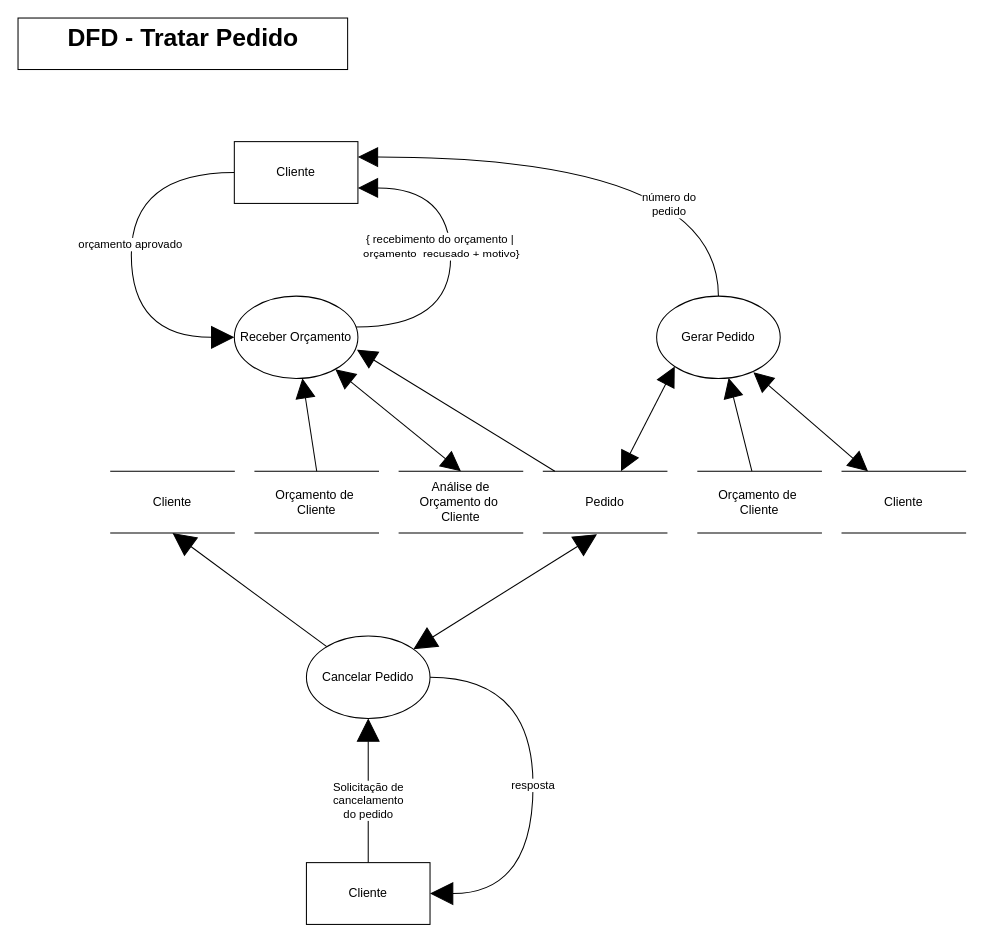
The draw.io diagram Documentation/Arquivos Editaveis/DFD Tratar Pedido.drawio in Systematicos/FindingApp, before the edit. Source tidied: cells renumbered, new cells numbered last; positions are measured from the earlier drawing's top-left corner, leaving out a move shared by most shapes. Both pictures are drawn from the tidied source at 103%, with x=0, y=0 at pixel (18, 18).
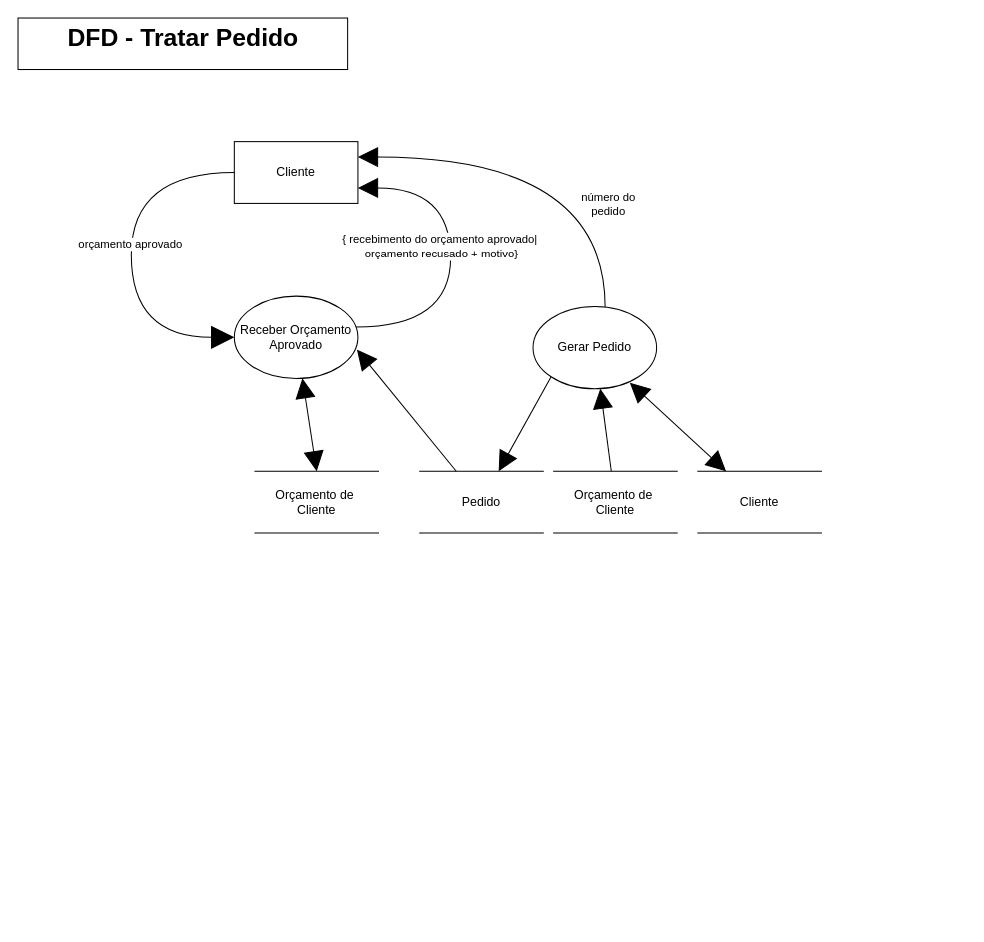
The same diagram, later.

Unchanged cells that the change refers to:
```xml
<mxCell id="4" value="Cliente" style="rounded=0;whiteSpace=wrap;html=1;" parent="1" vertex="1">
  <mxGeometry x="210" y="120" width="120" height="60" as="geometry" />
</mxCell>
<mxCell id="6" value="Orçamento de&amp;nbsp;&lt;br&gt;Cliente" style="shape=partialRectangle;whiteSpace=wrap;html=1;left=0;right=0;fillColor=none;" parent="1" vertex="1">
  <mxGeometry x="230" y="440" width="120" height="60" as="geometry" />
</mxCell>
<mxCell id="8" style="edgeStyle=orthogonalEdgeStyle;rounded=0;jettySize=auto;html=1;entryX=1;entryY=0.75;entryDx=0;entryDy=0;startArrow=none;startFill=0;startSize=17;endArrow=block;endFill=1;endSize=17;curved=1;" parent="1" edge="1" source="11" target="4">
  <mxGeometry relative="1" as="geometry">
    <Array as="points">
      <mxPoint x="420" y="300" />
      <mxPoint x="420" y="165" />
    </Array>
  </mxGeometry>
</mxCell>
```

The edit, as a diff of the source:
```diff
@@
-    <mxCell id="5" value="Cliente" style="shape=partialRectangle;whiteSpace=wrap;html=1;left=0;right=0;fillColor=none;" parent="1" vertex="1">
-      <mxGeometry x="90" y="440" width="120" height="60" as="geometry" />
-    </mxCell>
@@
-    <mxCell id="7" style="edgeStyle=none;rounded=0;jettySize=auto;html=1;entryX=0.5;entryY=0;entryDx=0;entryDy=0;startArrow=block;startFill=1;startSize=17;endArrow=none;endFill=0;endSize=17;" parent="1" edge="1" source="11" target="6">
+    <mxCell id="7" style="edgeStyle=none;rounded=0;jettySize=auto;html=1;entryX=0.5;entryY=0;entryDx=0;entryDy=0;startArrow=block;startFill=1;startSize=17;endArrow=block;endFill=1;endSize=17;" parent="1" edge="1" source="11" target="6">
       <mxGeometry relative="1" as="geometry" />
     </mxCell>
@@
-    <mxCell id="9" value="{ recebimento do orçamento |&amp;nbsp;&lt;br&gt;&amp;nbsp;orçamento&amp;nbsp; recusado + motivo}&amp;nbsp;" style="edgeLabel;html=1;align=center;verticalAlign=middle;" parent="8" vertex="1">
+    <mxCell id="9" value="{ recebimento do orçamento aprovado|&amp;nbsp;&lt;br&gt;&amp;nbsp;orçamento recusado + motivo}&amp;nbsp;" style="edgeLabel;html=1;align=center;verticalAlign=middle;" parent="8" vertex="1">
       <mxGeometry x="-0.4" y="27" relative="1" as="geometry">
         <mxPoint x="17" y="-75.9" as="offset" />
       </mxGeometry>
     </mxCell>
-    <mxCell id="10" style="rounded=0;jettySize=auto;html=1;entryX=0.5;entryY=0;entryDx=0;entryDy=0;startArrow=block;startFill=1;startSize=17;endArrow=block;endFill=1;endSize=17;" parent="1" edge="1" source="11" target="12">
-      <mxGeometry relative="1" as="geometry" />
-    </mxCell>
-    <mxCell id="11" value="Receber Orçamento" style="ellipse;whiteSpace=wrap;html=1;" parent="1" vertex="1">
+    <mxCell id="11" value="Receber Orçamento&lt;br&gt;Aprovado" style="ellipse;whiteSpace=wrap;html=1;" parent="1" vertex="1">
       <mxGeometry x="210" y="270" width="120" height="80" as="geometry" />
     </mxCell>
-    <mxCell id="12" value="Análise de&lt;br&gt;Orçamento do&amp;nbsp;&lt;br&gt;Cliente" style="shape=partialRectangle;whiteSpace=wrap;html=1;left=0;right=0;fillColor=none;" parent="1" vertex="1">
-      <mxGeometry x="370" y="440" width="120" height="60" as="geometry" />
-    </mxCell>
     <mxCell id="13" style="edgeStyle=orthogonalEdgeStyle;rounded=0;jettySize=auto;html=1;entryX=1;entryY=0.25;entryDx=0;entryDy=0;startArrow=none;startFill=0;startSize=17;endArrow=block;endFill=1;endSize=17;curved=1;" parent="1" edge="1" source="15" target="4">
       <mxGeometry relative="1" as="geometry">
         <Array as="points">
-          <mxPoint x="680" y="135" />
+          <mxPoint x="570" y="135" />
         </Array>
       </mxGeometry>
     </mxCell>
@@
     <mxCell id="15" value="Gerar Pedido&lt;br&gt;" style="ellipse;whiteSpace=wrap;html=1;" parent="1" vertex="1">
-      <mxGeometry x="620" y="270" width="120" height="80" as="geometry" />
+      <mxGeometry x="500" y="280" width="120" height="80" as="geometry" />
     </mxCell>
@@
     <mxCell id="17" value="Orçamento de&amp;nbsp;&lt;br&gt;Cliente" style="shape=partialRectangle;whiteSpace=wrap;html=1;left=0;right=0;fillColor=none;" parent="1" vertex="1">
-      <mxGeometry x="660" y="440" width="120" height="60" as="geometry" />
+      <mxGeometry x="520" y="440" width="120" height="60" as="geometry" />
     </mxCell>
@@
     <mxCell id="19" value="Cliente" style="shape=partialRectangle;whiteSpace=wrap;html=1;left=0;right=0;fillColor=none;" parent="1" vertex="1">
-      <mxGeometry x="800" y="440" width="120" height="60" as="geometry" />
+      <mxGeometry x="660" y="440" width="120" height="60" as="geometry" />
     </mxCell>
-    <mxCell id="20" style="rounded=0;jettySize=auto;html=1;entryX=0;entryY=1;entryDx=0;entryDy=0;startArrow=block;startFill=1;startSize=17;endArrow=block;endFill=1;endSize=17;" parent="1" edge="1" source="22" target="15">
+    <mxCell id="20" style="rounded=0;jettySize=auto;html=1;entryX=0;entryY=1;entryDx=0;entryDy=0;startArrow=block;startFill=1;startSize=17;endArrow=none;endFill=0;endSize=17;" parent="1" edge="1" source="22" target="15">
       <mxGeometry relative="1" as="geometry" />
     </mxCell>
@@
     <mxCell id="22" value="Pedido" style="shape=partialRectangle;whiteSpace=wrap;html=1;left=0;right=0;fillColor=none;" parent="1" vertex="1">
-      <mxGeometry x="510" y="440" width="120" height="60" as="geometry" />
+      <mxGeometry x="390" y="440" width="120" height="60" as="geometry" />
     </mxCell>
@@
-    <mxCell id="28" value="Solicitação de&lt;br&gt;cancelamento&lt;br&gt;do pedido" style="edgeStyle=none;rounded=0;jettySize=auto;html=1;endArrow=block;endFill=1;startSize=20;endSize=20;" parent="1" edge="1" source="29" target="33">
-      <mxGeometry x="-0.14" relative="1" as="geometry" />
-    </mxCell>
-    <mxCell id="29" value="Cliente" style="rounded=0;whiteSpace=wrap;html=1;" parent="1" vertex="1">
-      <mxGeometry x="280" y="820" width="120" height="60" as="geometry" />
-    </mxCell>
-    <mxCell id="30" style="rounded=0;jettySize=auto;html=1;entryX=0.5;entryY=1;entryDx=0;entryDy=0;endSize=20;startSize=20;endArrow=block;endFill=1;" parent="1" edge="1" source="33" target="5">
-      <mxGeometry relative="1" as="geometry" />
-    </mxCell>
-    <mxCell id="31" style="edgeStyle=none;rounded=0;jettySize=auto;html=1;entryX=0.435;entryY=1.019;entryDx=0;entryDy=0;entryPerimeter=0;endArrow=block;endFill=1;startSize=20;endSize=20;startArrow=block;startFill=1;" parent="1" edge="1" source="33" target="22">
-      <mxGeometry relative="1" as="geometry" />
-    </mxCell>
-    <mxCell id="32" value="resposta" style="edgeStyle=orthogonalEdgeStyle;rounded=0;jettySize=auto;html=1;endArrow=block;endFill=1;startSize=20;endSize=20;curved=1;" parent="1" edge="1" source="33" target="29">
-      <mxGeometry relative="1" as="geometry">
-        <Array as="points">
-          <mxPoint x="500" y="640" />
-          <mxPoint x="500" y="850" />
-        </Array>
-      </mxGeometry>
-    </mxCell>
-    <mxCell id="33" value="Cancelar Pedido" style="ellipse;whiteSpace=wrap;html=1;" parent="1" vertex="1">
-      <mxGeometry x="280" y="600" width="120" height="80" as="geometry" />
-    </mxCell>
```
